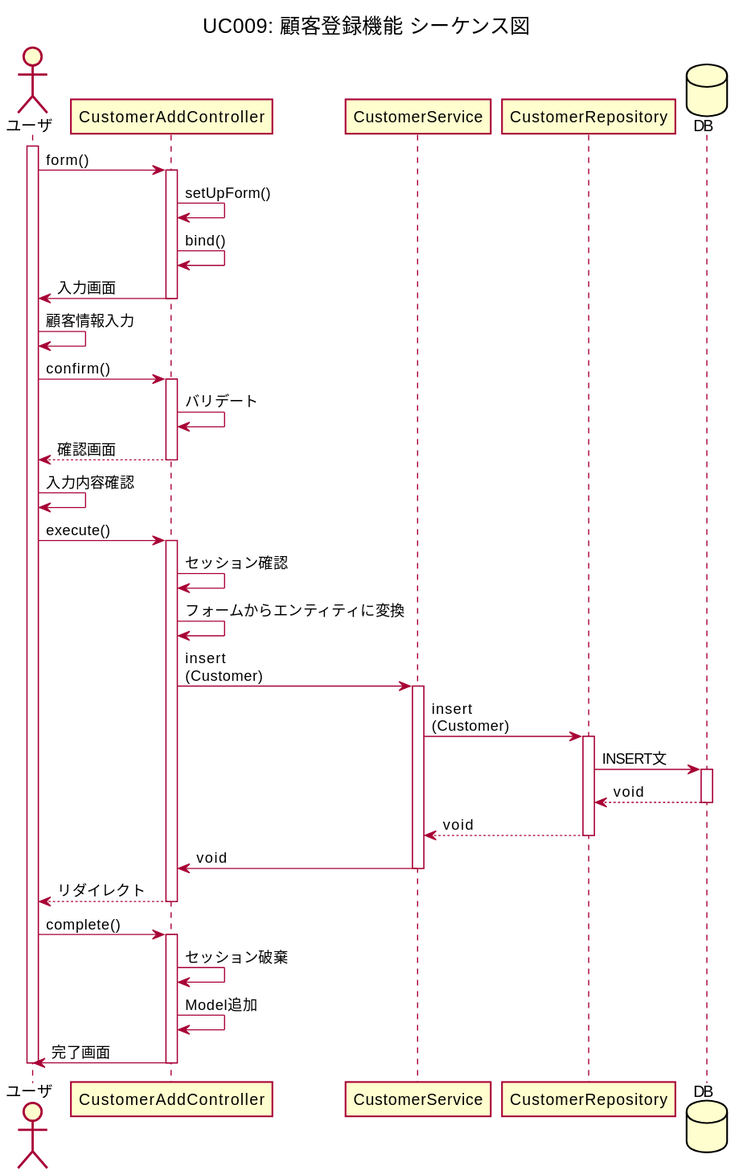
Above: images/plan/diagram/sequence/uc002_customer_register/uc002_customer_register.svg in imagepit/fullness-ec (PlantUML), before the change.
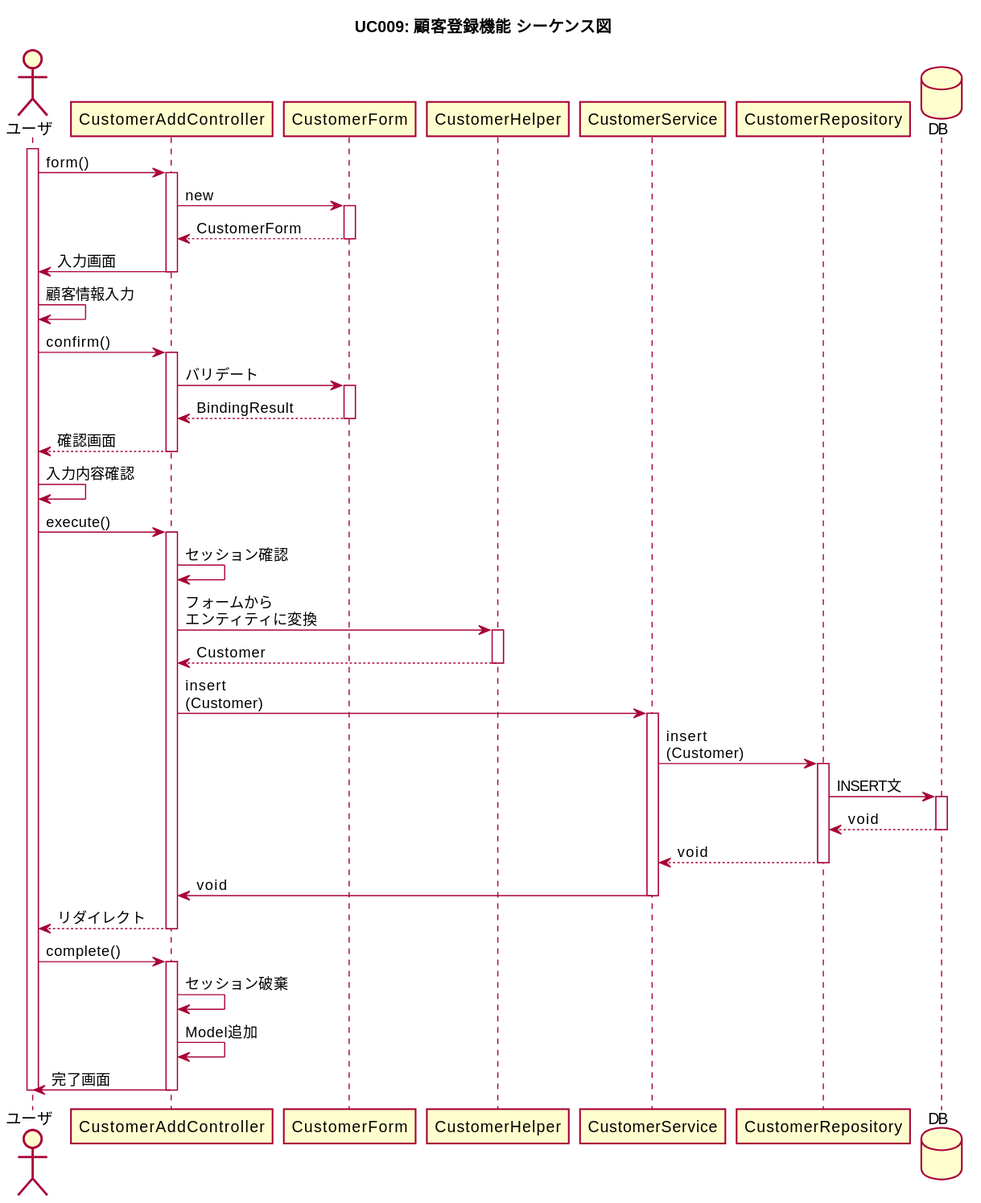
Above is the later version.

Change to the diagram source:
```diff
@@ -3,31 +3,34 @@
 skinparam shadowing false
 hide empty methods
 hide empty fields
-skin rose
+
 title UC009: 顧客登録機能 シーケンス図
-skinparam shadowing false
 
 actor ユーザ as user
 activate user
 participant "CustomerAddController" as controller
+participant "CustomerForm" as form
+participant "CustomerHelper" as helper
 participant "CustomerService" as svc2
 participant "CustomerRepository" as repo2
 database DB as db
 
 user -> controller ++ : form()
-controller -> controller : setUpForm()
-controller -> controller : bind()
+controller -> form ++ : new
+controller <-- form -- : CustomerForm
 controller -> user -- : 入力画面
 
 user -> user : 顧客情報入力
 user -> controller ++ : confirm()
-controller -> controller : バリデート
+controller -> form ++ : バリデート
+controller <-- form -- : BindingResult
 controller --> user -- : 確認画面
 
 user -> user : 入力内容確認
 user -> controller ++ : execute()
 controller -> controller : セッション確認
-controller -> controller : フォームからエンティティに変換
+controller -> helper ++ : フォームから\nエンティティに変換
+controller <-- helper -- : Customer
 controller -> svc2 ++ : insert\n(Customer)
 svc2 -> repo2 ++ : insert\n(Customer)
 repo2 -> db ++ : INSERT文
```
